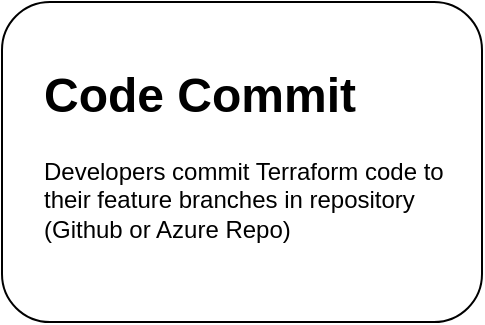
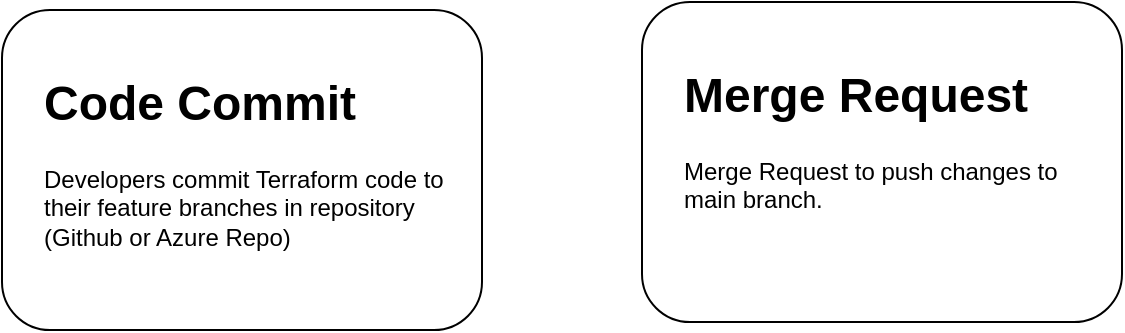
<mxfile host="app.diagrams.net">
  <diagram name="Page-1" id="llQ14HlxIDWXj9B5HY60">
    <mxGraphModel dx="1006" dy="638" grid="1" gridSize="10" guides="1" tooltips="1" connect="1" arrows="1" fold="1" page="1" pageScale="1" pageWidth="850" pageHeight="1100" math="0" shadow="0">
      <root>
        <mxCell id="0" />
        <mxCell id="1" parent="0" />
        <mxCell id="oJW8UGhNAXkty13G2p3x-1" parent="1" style="rounded=1;whiteSpace=wrap;html=1;" value="" vertex="1">
          <mxGeometry height="160" width="240" x="40" y="200" as="geometry" />
        </mxCell>
        <mxCell id="oJW8UGhNAXkty13G2p3x-3" parent="1" style="text;html=1;whiteSpace=wrap;overflow=hidden;rounded=0;" value="&lt;h1 style=&quot;margin-top: 0px;&quot;&gt;Code Commit&lt;/h1&gt;&lt;p&gt;Developers commit Terraform code to their feature branches in repository (Github or Azure Repo)&lt;/p&gt;" vertex="1">
          <mxGeometry height="100" width="210" x="59" y="226" as="geometry" />
        </mxCell>
+         <mxCell id="IWc9zJM8tDhvkjJ2dRjy-1" parent="1" style="rounded=1;whiteSpace=wrap;html=1;" value="" vertex="1">
+           <mxGeometry height="160" width="240" x="360" y="196" as="geometry" />
+         </mxCell>
+         <mxCell id="IWc9zJM8tDhvkjJ2dRjy-2" parent="1" style="text;html=1;whiteSpace=wrap;overflow=hidden;rounded=0;" value="&lt;h1 style=&quot;margin-top: 0px;&quot;&gt;Merge Request&lt;/h1&gt;&lt;p&gt;Merge Request to push changes to main branch.&lt;/p&gt;" vertex="1">
+           <mxGeometry height="100" width="210" x="379" y="222" as="geometry" />
+         </mxCell>
      </root>
    </mxGraphModel>
  </diagram>
</mxfile>
